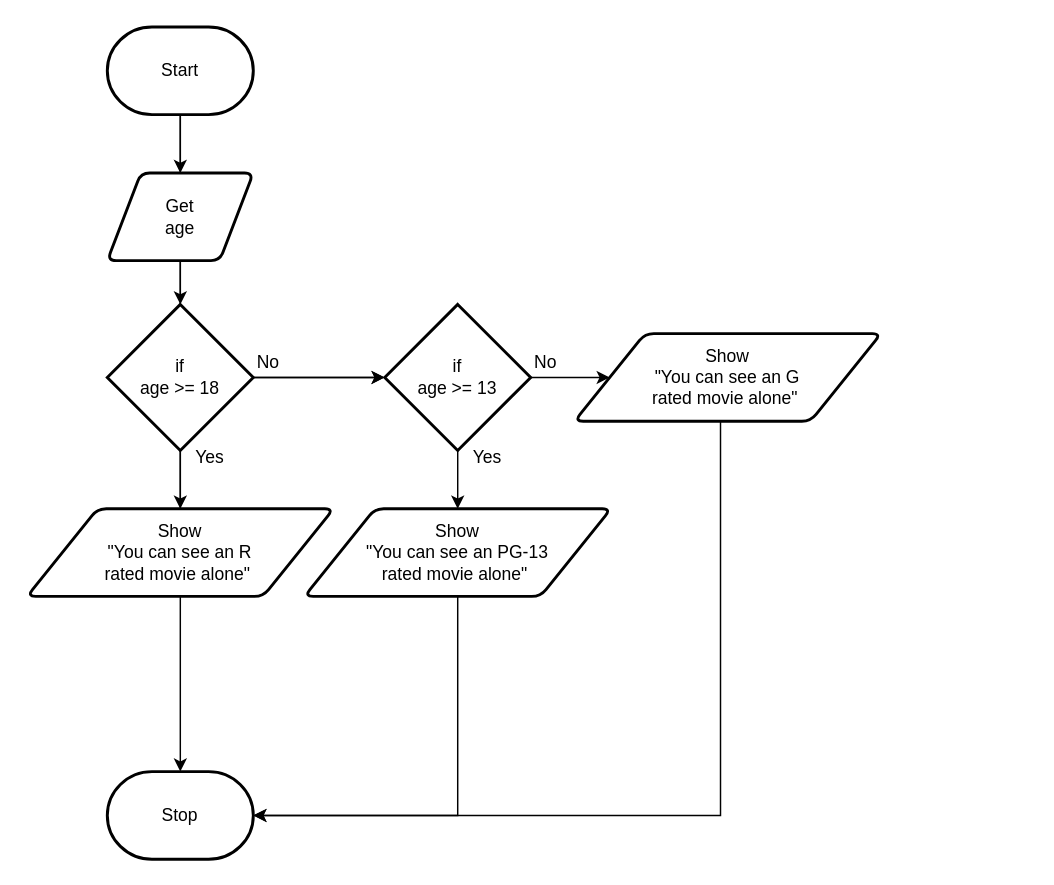
MTHS-ICD2O-1-2023/ICD2O-Unit-5-03-nathan-desilva keeps this draw.io diagram as design/flowchart.drawio. Above is the earlier version. Source tidied: cells renumbered, new cells numbered last; positions are measured from the earlier drawing's top-left corner, leaving out a move shared by most shapes. Both pictures are drawn from the tidied source at 146%, with x=0, y=0 at pixel (26, 26).
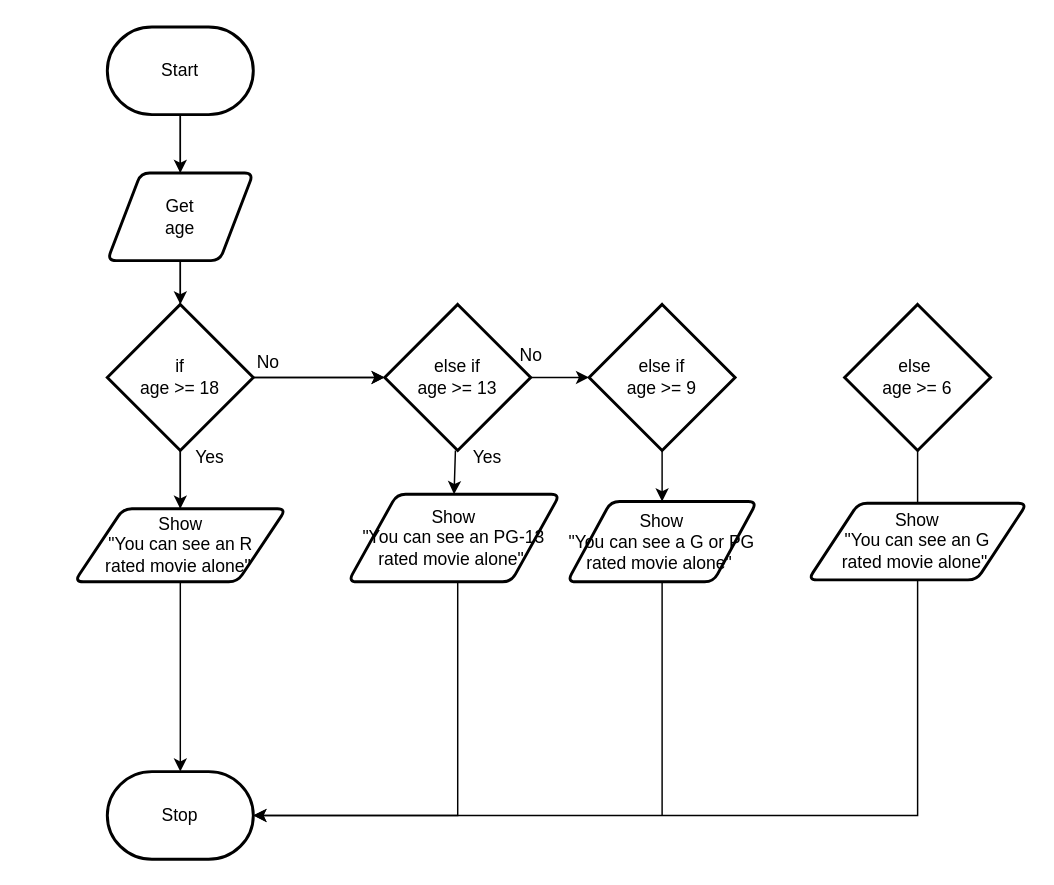
The same diagram, later.

Commit message (it also covers changes not shown here):
downloaded flowchart and storyboard

The change refers to these unchanged cells:
```xml
<mxCell id="5" value="Stop" style="strokeWidth=2;html=1;shape=mxgraph.flowchart.terminator;whiteSpace=wrap;" parent="1" vertex="1">
  <mxGeometry x="55" y="510" width="100" height="60" as="geometry" />
</mxCell>
```

Diff of the diagram source:
```diff
@@
     <mxCell id="15" value="Show&lt;br&gt;&quot;You can see an R &lt;br&gt;rated movie alone&quot;&amp;nbsp;" style="shape=parallelogram;html=1;strokeWidth=2;perimeter=parallelogramPerimeter;whiteSpace=wrap;rounded=1;arcSize=12;size=0.23;" parent="1" vertex="1">
-      <mxGeometry y="330" width="210" height="60" as="geometry" />
+      <mxGeometry x="32.5" y="330" width="145" height="50" as="geometry" />
     </mxCell>
@@
     <mxCell id="17" value="Show&lt;br&gt;&quot;You can see an PG-13&lt;br&gt;rated movie alone&quot;&amp;nbsp;" style="shape=parallelogram;html=1;strokeWidth=2;perimeter=parallelogramPerimeter;whiteSpace=wrap;rounded=1;arcSize=12;size=0.23;" parent="1" vertex="1">
-      <mxGeometry x="190" y="330" width="210" height="60" as="geometry" />
+      <mxGeometry x="220" y="320" width="145" height="60" as="geometry" />
     </mxCell>
@@
-    <mxCell id="19" style="edgeStyle=none;html=1;" parent="1" edge="1" source="20" target="22">
-      <mxGeometry relative="1" as="geometry" />
-    </mxCell>
+    <mxCell id="27" style="edgeStyle=none;html=1;entryX=0;entryY=0.5;entryDx=0;entryDy=0;entryPerimeter=0;" parent="1" edge="1" source="20" target="29">
+      <mxGeometry relative="1" as="geometry" />
+    </mxCell>
-    <mxCell id="20" value="if&lt;br&gt;age &amp;gt;= 13" style="strokeWidth=2;html=1;shape=mxgraph.flowchart.decision;whiteSpace=wrap;" parent="1" vertex="1">
+    <mxCell id="20" value="else if&lt;br&gt;age &amp;gt;= 13" style="strokeWidth=2;html=1;shape=mxgraph.flowchart.decision;whiteSpace=wrap;" parent="1" vertex="1">
       <mxGeometry x="245" y="190" width="100" height="100" as="geometry" />
     </mxCell>
-    <mxCell id="21" style="edgeStyle=elbowEdgeStyle;rounded=0;html=1;exitX=0.5;exitY=1;exitDx=0;exitDy=0;entryX=1;entryY=0.5;entryDx=0;entryDy=0;entryPerimeter=0;" parent="1" edge="1" source="22" target="5">
+    <mxCell id="21" style="edgeStyle=elbowEdgeStyle;rounded=0;html=1;exitX=0.5;exitY=1;exitDx=0;exitDy=0;entryX=1;entryY=0.5;entryDx=0;entryDy=0;entryPerimeter=0;" parent="1" edge="1" target="5">
       <mxGeometry relative="1" as="geometry">
+        <mxPoint x="620" y="270" as="sourcePoint" />
         <Array as="points">
-          <mxPoint x="475" y="400" />
+          <mxPoint x="610" y="530" />
         </Array>
       </mxGeometry>
     </mxCell>
     <mxCell id="22" value="Show&lt;br&gt;&quot;You can see an G&lt;br&gt;rated movie alone&quot;&amp;nbsp;" style="shape=parallelogram;html=1;strokeWidth=2;perimeter=parallelogramPerimeter;whiteSpace=wrap;rounded=1;arcSize=12;size=0.23;" parent="1" vertex="1">
-      <mxGeometry x="375" y="210" width="210" height="60" as="geometry" />
+      <mxGeometry x="535" y="326.2" width="150" height="52.5" as="geometry" />
     </mxCell>
@@
     <mxCell id="24" value="No" style="text;html=1;align=center;verticalAlign=middle;strokeColor=none;fillColor=none;" parent="1" vertex="1">
-      <mxGeometry x="335" y="215" width="40" height="30" as="geometry" />
+      <mxGeometry x="325" y="210" width="40" height="30" as="geometry" />
     </mxCell>
@@
+    <mxCell id="28" style="edgeStyle=none;html=1;" parent="1" edge="1" source="29" target="31">
+      <mxGeometry relative="1" as="geometry" />
+    </mxCell>
+    <mxCell id="29" value="else if&lt;br&gt;age &amp;gt;= 9" style="strokeWidth=2;html=1;shape=mxgraph.flowchart.decision;whiteSpace=wrap;" parent="1" vertex="1">
+      <mxGeometry x="385" y="190" width="100" height="100" as="geometry" />
+    </mxCell>
+    <mxCell id="30" style="edgeStyle=none;html=1;endArrow=none;endFill=0;" parent="1" edge="1" source="31">
+      <mxGeometry relative="1" as="geometry">
+        <mxPoint x="435" y="540" as="targetPoint" />
+      </mxGeometry>
+    </mxCell>
+    <mxCell id="31" value="Show&lt;br&gt;&quot;You can see a G or PG&lt;br&gt;rated movie alone&quot;&amp;nbsp;" style="shape=parallelogram;html=1;strokeWidth=2;perimeter=parallelogramPerimeter;whiteSpace=wrap;rounded=1;arcSize=12;size=0.23;" parent="1" vertex="1">
+      <mxGeometry x="370" y="325" width="130" height="55" as="geometry" />
+    </mxCell>
+    <mxCell id="32" value="else&amp;nbsp;&lt;br&gt;age &amp;gt;= 6" style="strokeWidth=2;html=1;shape=mxgraph.flowchart.decision;whiteSpace=wrap;" parent="1" vertex="1">
+      <mxGeometry x="560" y="190" width="100" height="100" as="geometry" />
+    </mxCell>
```
